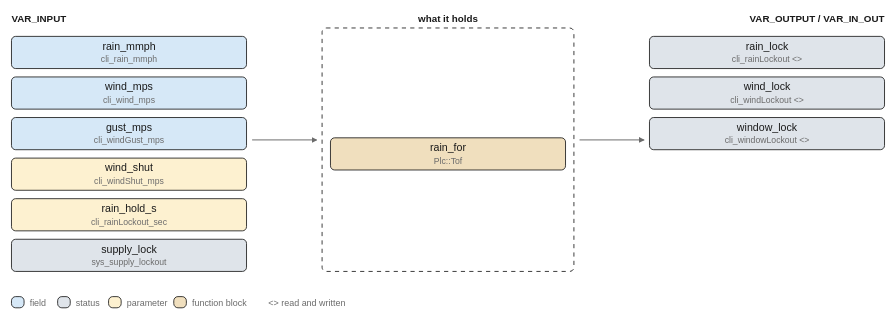
Earlier version of the draw.io export images/logic/roof_lockout.drawio.svg (pstch/botanik2). Source tidied: cells renumbered, new cells last; positions are measured from the earlier drawing's top-left corner, leaving out a move shared by most shapes.
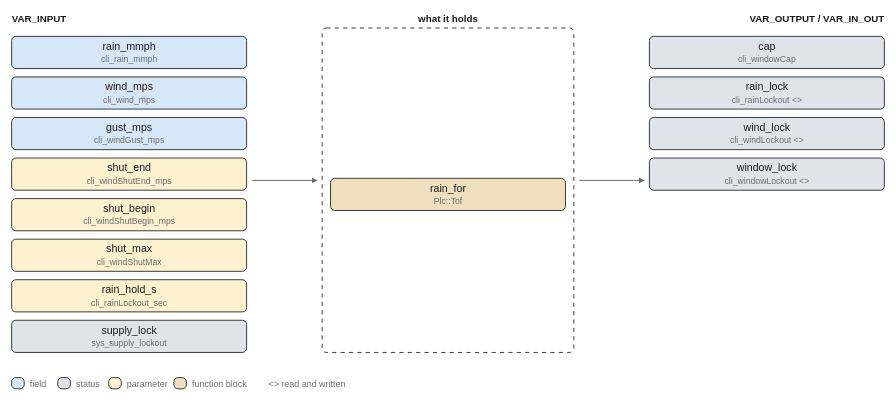
The same diagram one commit later.

Change to the diagram source:
```diff
@@ -20,68 +20,77 @@
     <mxCell id="7" value="gust_mps" style="rounded=1;fillColor=#d6e8f7;strokeColor=#1a1a1a;whiteSpace=wrap;html=1;fontSize=8;" parent="1" vertex="1">
       <mxGeometry y="75" width="168" height="23" as="geometry" />
     </mxCell>
-    <mxCell id="8" value="wind_shut" style="rounded=1;fillColor=#fdf1d0;strokeColor=#1a1a1a;whiteSpace=wrap;html=1;fontSize=8;" parent="1" vertex="1">
+    <mxCell id="8" value="shut_end" style="rounded=1;fillColor=#fdf1d0;strokeColor=#1a1a1a;whiteSpace=wrap;html=1;fontSize=8;" parent="1" vertex="1">
       <mxGeometry y="104" width="168" height="23" as="geometry" />
     </mxCell>
-    <mxCell id="9" value="rain_hold_s" style="rounded=1;fillColor=#fdf1d0;strokeColor=#1a1a1a;whiteSpace=wrap;html=1;fontSize=8;" parent="1" vertex="1">
+    <mxCell id="9" value="shut_begin" style="rounded=1;fillColor=#fdf1d0;strokeColor=#1a1a1a;whiteSpace=wrap;html=1;fontSize=8;" parent="1" vertex="1">
       <mxGeometry y="133" width="168" height="23" as="geometry" />
     </mxCell>
-    <mxCell id="10" value="supply_lock" style="rounded=1;fillColor=#dfe4ea;strokeColor=#1a1a1a;whiteSpace=wrap;html=1;fontSize=8;" parent="1" vertex="1">
+    <mxCell id="10" value="shut_max" style="rounded=1;fillColor=#fdf1d0;strokeColor=#1a1a1a;whiteSpace=wrap;html=1;fontSize=8;" parent="1" vertex="1">
       <mxGeometry y="162" width="168" height="23" as="geometry" />
     </mxCell>
-    <mxCell id="11" value="rain_lock" style="rounded=1;fillColor=#dfe4ea;strokeColor=#1a1a1a;whiteSpace=wrap;html=1;fontSize=8;" parent="1" vertex="1">
-      <mxGeometry x="456" y="17" width="168" height="23" as="geometry" />
+    <mxCell id="11" value="rain_hold_s" style="rounded=1;fillColor=#fdf1d0;strokeColor=#1a1a1a;whiteSpace=wrap;html=1;fontSize=8;" parent="1" vertex="1">
+      <mxGeometry y="191" width="168" height="23" as="geometry" />
     </mxCell>
-    <mxCell id="12" value="wind_lock" style="rounded=1;fillColor=#dfe4ea;strokeColor=#1a1a1a;whiteSpace=wrap;html=1;fontSize=8;" parent="1" vertex="1">
-      <mxGeometry x="456" y="46" width="168" height="23" as="geometry" />
+    <mxCell id="12" value="supply_lock" style="rounded=1;fillColor=#dfe4ea;strokeColor=#1a1a1a;whiteSpace=wrap;html=1;fontSize=8;" parent="1" vertex="1">
+      <mxGeometry y="220" width="168" height="23" as="geometry" />
     </mxCell>
-    <mxCell id="13" value="window_lock" style="rounded=1;fillColor=#dfe4ea;strokeColor=#1a1a1a;whiteSpace=wrap;html=1;fontSize=8;" parent="1" vertex="1">
-      <mxGeometry x="456" y="75" width="168" height="23" as="geometry" />
+    <mxCell id="13" value="cap" style="rounded=1;fillColor=#dfe4ea;strokeColor=#1a1a1a;whiteSpace=wrap;html=1;fontSize=8;" parent="1" vertex="1">
+      <mxGeometry x="456" y="17" width="168" height="23" as="geometry" />
     </mxCell>
-    <mxCell id="14" style="rounded=1;fillColor=#ffffff;strokeColor=#1a1a1a;whiteSpace=wrap;html=1;fontSize=8;dashed=1;" parent="1" vertex="1">
-      <mxGeometry x="222" y="11" width="180" height="174" as="geometry" />
+    <mxCell id="14" value="rain_lock" style="rounded=1;fillColor=#dfe4ea;strokeColor=#1a1a1a;whiteSpace=wrap;html=1;fontSize=8;" parent="1" vertex="1">
+      <mxGeometry x="456" y="46" width="168" height="23" as="geometry" />
     </mxCell>
-    <mxCell id="15" value="rain_for" style="rounded=1;fillColor=#f0dfbe;strokeColor=#1a1a1a;whiteSpace=wrap;html=1;fontSize=8;" parent="1" vertex="1">
-      <mxGeometry x="228" y="89.5" width="168" height="23" as="geometry" />
+    <mxCell id="15" value="wind_lock" style="rounded=1;fillColor=#dfe4ea;strokeColor=#1a1a1a;whiteSpace=wrap;html=1;fontSize=8;" parent="1" vertex="1">
+      <mxGeometry x="456" y="75" width="168" height="23" as="geometry" />
     </mxCell>
-    <mxCell id="16" style="edgeStyle=none;html=1;strokeColor=#6b6b6b;endArrow=block;" parent="1" edge="1">
-      <mxGeometry relative="1" as="geometry">
-        <mxPoint x="172" y="91" as="sourcePoint" />
-        <mxPoint x="218" y="91" as="targetPoint" />
-      </mxGeometry>
-    </mxCell>
-    <mxCell id="17" style="edgeStyle=none;html=1;strokeColor=#6b6b6b;endArrow=block;" parent="1" edge="1">
-      <mxGeometry relative="1" as="geometry">
-        <mxPoint x="406" y="91" as="sourcePoint" />
-        <mxPoint x="452" y="91" as="targetPoint" />
-      </mxGeometry>
-    </mxCell>
+    <mxCell id="27" value="window_lock" style="rounded=1;fillColor=#dfe4ea;strokeColor=#1a1a1a;whiteSpace=wrap;html=1;fontSize=8;" parent="1" vertex="1">
+      <mxGeometry x="456" y="104" width="168" height="23" as="geometry" />
+    </mxCell>
+    <mxCell id="28" style="rounded=1;fillColor=#ffffff;strokeColor=#1a1a1a;whiteSpace=wrap;html=1;fontSize=8;dashed=1;" parent="1" vertex="1">
+      <mxGeometry x="222" y="11" width="180" height="232" as="geometry" />
+    </mxCell>
-    <mxCell id="18" style="rounded=1;fillColor=#d6e8f7;strokeColor=#1a1a1a;whiteSpace=wrap;html=1;fontSize=8;" parent="1" vertex="1">
-      <mxGeometry y="203" width="9" height="8" as="geometry" />
+    <mxCell id="18" value="rain_for" style="rounded=1;fillColor=#f0dfbe;strokeColor=#1a1a1a;whiteSpace=wrap;html=1;fontSize=8;" parent="1" vertex="1">
+      <mxGeometry x="228" y="118.5" width="168" height="23" as="geometry" />
     </mxCell>
-    <mxCell id="19" value="field" style="text;html=1;fontSize=6;fontColor=#6b6b6b;align=left;" parent="1" vertex="1">
-      <mxGeometry x="13" y="203.6" width="40" height="10.4" as="geometry" />
-    </mxCell>
-    <mxCell id="20" style="rounded=1;fillColor=#dfe4ea;strokeColor=#1a1a1a;whiteSpace=wrap;html=1;fontSize=8;" parent="1" vertex="1">
-      <mxGeometry x="33" y="203" width="9" height="8" as="geometry" />
-    </mxCell>
+    <mxCell id="29" style="edgeStyle=none;html=1;strokeColor=#6b6b6b;endArrow=block;" parent="1" edge="1">
+      <mxGeometry relative="1" as="geometry">
+        <mxPoint x="172" y="120" as="sourcePoint" />
+        <mxPoint x="218" y="120" as="targetPoint" />
+      </mxGeometry>
+    </mxCell>
+    <mxCell id="30" style="edgeStyle=none;html=1;strokeColor=#6b6b6b;endArrow=block;" parent="1" edge="1">
+      <mxGeometry relative="1" as="geometry">
+        <mxPoint x="406" y="120" as="sourcePoint" />
+        <mxPoint x="452" y="120" as="targetPoint" />
+      </mxGeometry>
+    </mxCell>
-    <mxCell id="21" value="status" style="text;html=1;fontSize=6;fontColor=#6b6b6b;align=left;" parent="1" vertex="1">
-      <mxGeometry x="46" y="203.6" width="40" height="10.4" as="geometry" />
+    <mxCell id="21" style="rounded=1;fillColor=#d6e8f7;strokeColor=#1a1a1a;whiteSpace=wrap;html=1;fontSize=8;" parent="1" vertex="1">
+      <mxGeometry y="261" width="9" height="8" as="geometry" />
     </mxCell>
-    <mxCell id="22" style="rounded=1;fillColor=#fdf1d0;strokeColor=#1a1a1a;whiteSpace=wrap;html=1;fontSize=8;" parent="1" vertex="1">
-      <mxGeometry x="69.4" y="203" width="9" height="8" as="geometry" />
+    <mxCell id="22" value="field" style="text;html=1;fontSize=6;fontColor=#6b6b6b;align=left;" parent="1" vertex="1">
+      <mxGeometry x="13" y="261.6" width="40" height="10.4" as="geometry" />
     </mxCell>
-    <mxCell id="23" value="parameter" style="text;html=1;fontSize=6;fontColor=#6b6b6b;align=left;" parent="1" vertex="1">
-      <mxGeometry x="82.4" y="203.6" width="45" height="10.4" as="geometry" />
+    <mxCell id="23" style="rounded=1;fillColor=#dfe4ea;strokeColor=#1a1a1a;whiteSpace=wrap;html=1;fontSize=8;" parent="1" vertex="1">
+      <mxGeometry x="33" y="261" width="9" height="8" as="geometry" />
     </mxCell>
-    <mxCell id="24" style="rounded=1;fillColor=#f0dfbe;strokeColor=#1a1a1a;whiteSpace=wrap;html=1;fontSize=8;" parent="1" vertex="1">
-      <mxGeometry x="116" y="203" width="9" height="8" as="geometry" />
+    <mxCell id="24" value="status" style="text;html=1;fontSize=6;fontColor=#6b6b6b;align=left;" parent="1" vertex="1">
+      <mxGeometry x="46" y="261.6" width="40" height="10.4" as="geometry" />
     </mxCell>
-    <mxCell id="25" value="function block" style="text;html=1;fontSize=6;fontColor=#6b6b6b;align=left;" parent="1" vertex="1">
-      <mxGeometry x="129" y="203.6" width="70" height="10.4" as="geometry" />
+    <mxCell id="25" style="rounded=1;fillColor=#fdf1d0;strokeColor=#1a1a1a;whiteSpace=wrap;html=1;fontSize=8;" parent="1" vertex="1">
+      <mxGeometry x="69.4" y="261" width="9" height="8" as="geometry" />
     </mxCell>
-    <mxCell id="26" value="&lt;&gt; read and written" style="text;html=1;fontSize=6;fontColor=#6b6b6b;align=left;" parent="1" vertex="1">
-      <mxGeometry x="183.6" y="203.6" width="95" height="10.4" as="geometry" />
+    <mxCell id="26" value="parameter" style="text;html=1;fontSize=6;fontColor=#6b6b6b;align=left;" parent="1" vertex="1">
+      <mxGeometry x="82.4" y="261.6" width="45" height="10.4" as="geometry" />
     </mxCell>
+    <mxCell id="31" style="rounded=1;fillColor=#f0dfbe;strokeColor=#1a1a1a;whiteSpace=wrap;html=1;fontSize=8;" parent="1" vertex="1">
+      <mxGeometry x="116" y="261" width="9" height="8" as="geometry" />
+    </mxCell>
+    <mxCell id="32" value="function block" style="text;html=1;fontSize=6;fontColor=#6b6b6b;align=left;" parent="1" vertex="1">
+      <mxGeometry x="129" y="261.6" width="70" height="10.4" as="geometry" />
+    </mxCell>
+    <mxCell id="33" value="&lt;&gt; read and written" style="text;html=1;fontSize=6;fontColor=#6b6b6b;align=left;" parent="1" vertex="1">
+      <mxGeometry x="183.6" y="261.6" width="95" height="10.4" as="geometry" />
+    </mxCell>
   </root>
 </mxGraphModel>
```
